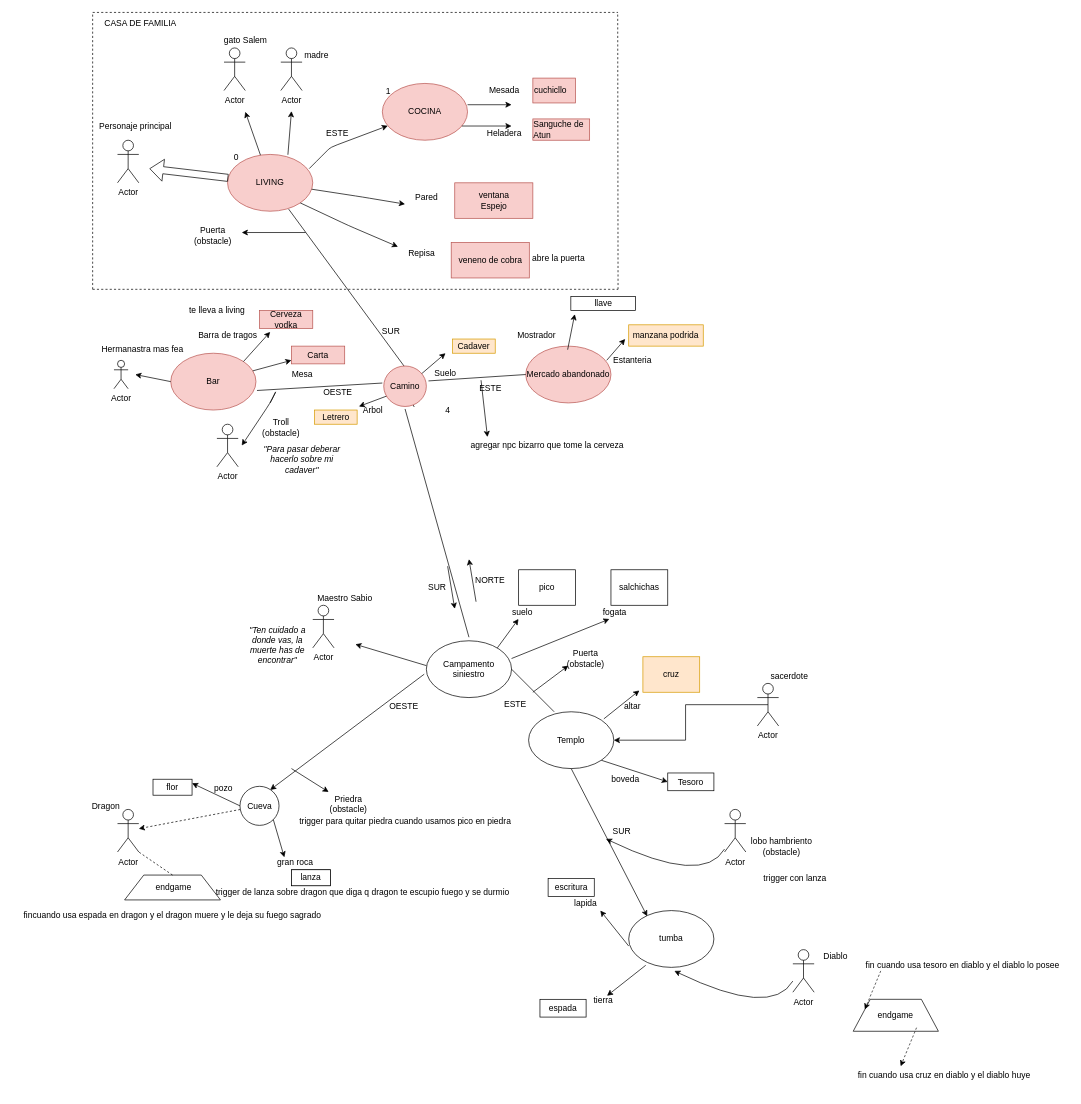
Above: NuevaAventuraZork.drawio in laucio/eclipsados (draw.io), before the change. Source tidied: cells renumbered, new cells numbered last; positions are measured from the earlier drawing's top-left corner, leaving out a move shared by most shapes. Both pictures are drawn from the tidied source at 71%, with x=0, y=0 at pixel (12, 12).
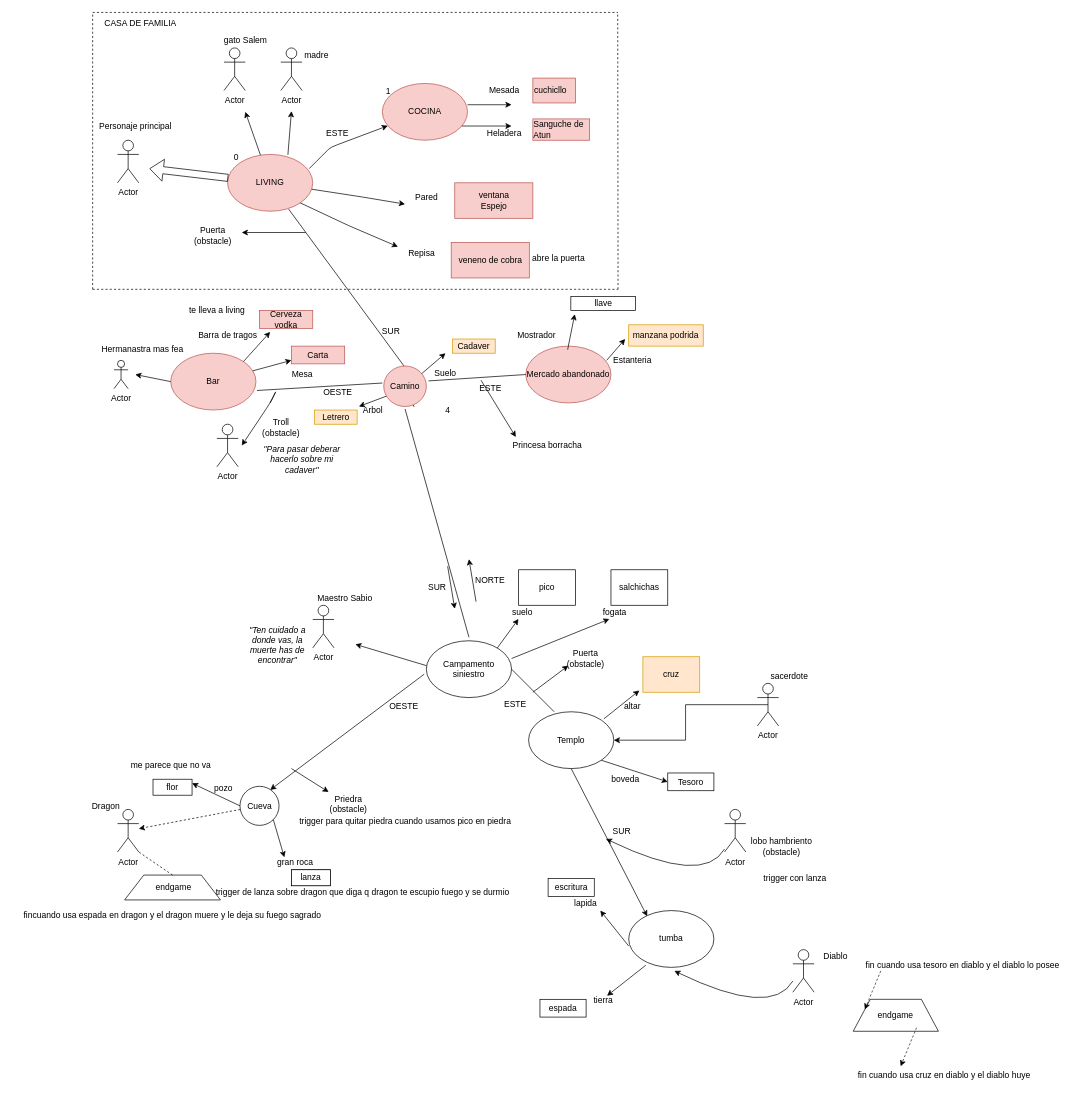
After the change.

Commit message (it also covers changes not shown here):
mercado terminado, agregada princesa borracha

The change refers to these unchanged cells:
```xml
<mxCell id="24" value="ESTE" style="text;html=1;align=center;verticalAlign=middle;points=[];" parent="1" vertex="1">
  <mxGeometry x="648" y="520" width="50" height="20" as="geometry" />
</mxCell>
```

What changed in the source:
```diff
@@
-    <mxCell id="147" value="agregar npc bizarro que tome la cerveza" style="text;html=1;align=center;verticalAlign=middle;points=[];" parent="1" vertex="1">
-      <mxGeometry x="638" y="600" width="230" height="20" as="geometry" />
+    <mxCell id="147" value="Princesa borracha" style="text;html=1;align=center;verticalAlign=middle;points=[];" parent="1" vertex="1">
+      <mxGeometry x="693" y="600" width="120" height="20" as="geometry" />
     </mxCell>
-    <mxCell id="148" style="endArrow=classic;html=1;exitX=0.24;exitY=-0.1;exitDx=0;exitDy=0;exitPerimeter=0;entryX=0.135;entryY=-0.1;entryDx=0;entryDy=0;entryPerimeter=0;" parent="1" edge="1" source="24" target="147">
-      <mxGeometry relative="1" as="geometry" />
+    <mxCell id="148" style="endArrow=classic;html=1;exitX=0.24;exitY=-0.1;exitDx=0;exitDy=0;exitPerimeter=0;" parent="1" edge="1" source="24">
+      <mxGeometry relative="1" as="geometry">
+        <mxPoint x="709" y="598" as="targetPoint" />
+      </mxGeometry>
     </mxCell>
+    <mxCell id="149" value="me parece que no va" style="text;html=1;align=center;verticalAlign=middle;" parent="1" vertex="1">
+      <mxGeometry x="158" y="1050" width="130" height="20" as="geometry" />
+    </mxCell>
```
